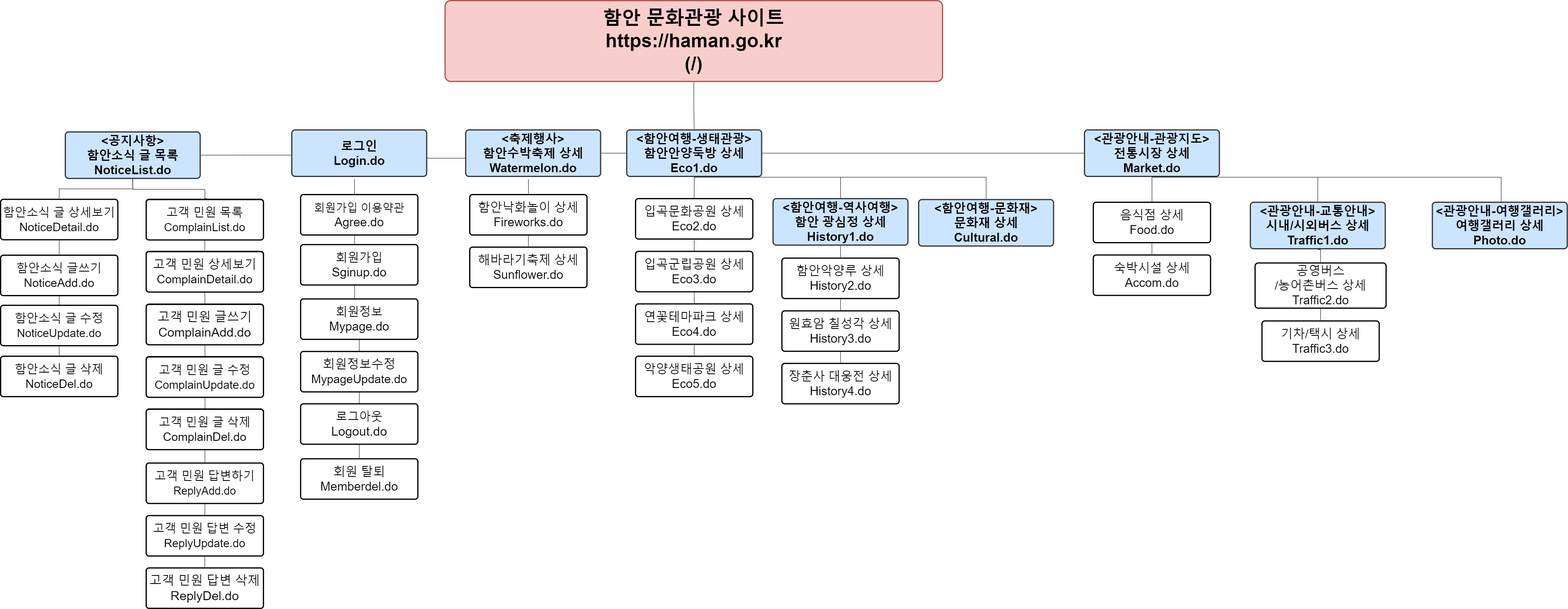
nxx5xxx/pro03 keeps this draw.io diagram as sourcefiles/설계서/메뉴설계서.drawio.png. Above is the earlier version. Source tidied: cells renumbered, new cells last; positions are measured from the earlier drawing's top-left corner, leaving out a move shared by most shapes.
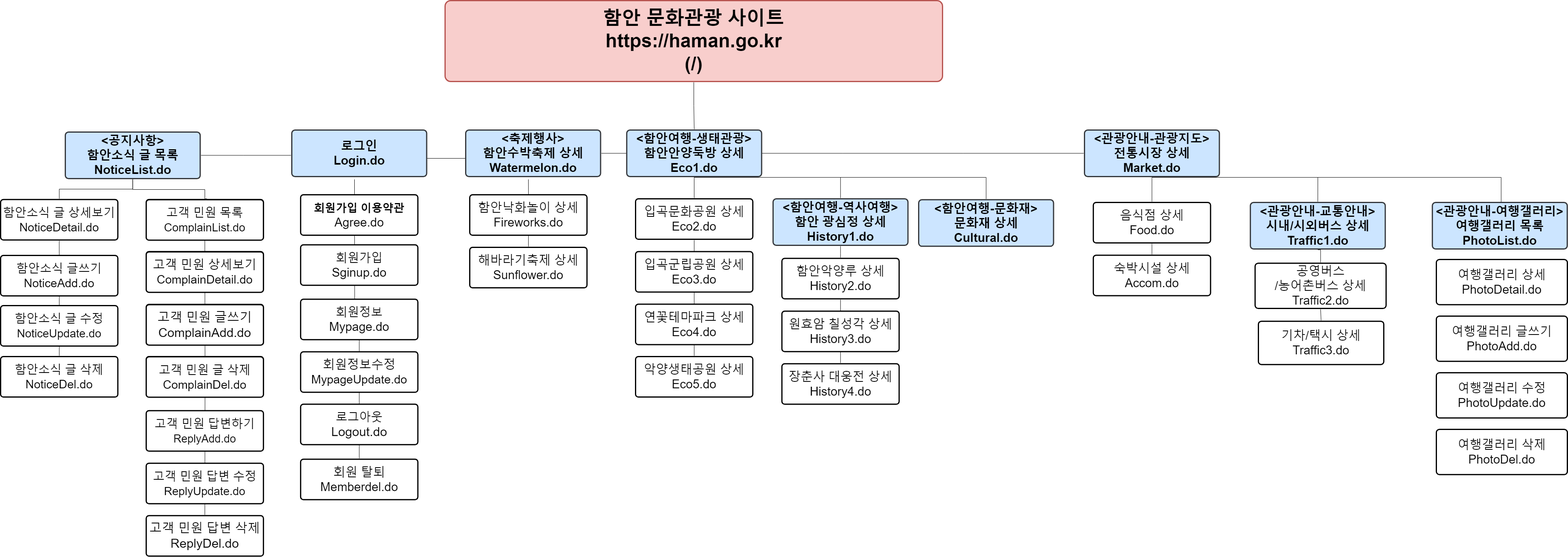
The same file after the commit.

Diff of the diagram source:
```diff
@@ -55,14 +55,11 @@
     <mxCell id="14" value="&lt;font style=&quot;&quot;&gt;&lt;span style=&quot;font-size: 27px;&quot;&gt;고객 민원 상세보기&lt;/span&gt;&lt;br&gt;&lt;font style=&quot;font-size: 25px;&quot;&gt;compainDetail.do&lt;/font&gt;&lt;br&gt;&lt;/font&gt;" style="rounded=1;whiteSpace=wrap;html=1;shadow=0;labelBackgroundColor=none;strokeWidth=3;fontFamily=Helvetica;fontSize=30;align=center;spacing=5;fontStyle=0;arcSize=7;perimeterSpacing=2;" parent="1" vertex="1">
       <mxGeometry x="360" y="620.6" width="289.9" height="100" as="geometry" />
     </mxCell>
-    <mxCell id="15" value="&lt;font style=&quot;&quot;&gt;&lt;span style=&quot;font-size: 29px;&quot;&gt;고객 민원 글 수정&lt;/span&gt;&lt;br&gt;&lt;font style=&quot;font-size: 28px;&quot;&gt;compainUpdate.do&lt;/font&gt;&lt;br&gt;&lt;/font&gt;" style="rounded=1;whiteSpace=wrap;html=1;shadow=0;labelBackgroundColor=none;strokeWidth=3;fontFamily=Helvetica;fontSize=30;align=center;spacing=5;fontStyle=0;arcSize=7;perimeterSpacing=2;" parent="1" vertex="1">
-      <mxGeometry x="360" y="881.1" width="289.9" height="100" as="geometry" />
-    </mxCell>
     <mxCell id="16" value="&lt;font style=&quot;&quot;&gt;&lt;span style=&quot;font-size: 29px;&quot;&gt;고객 민원 목록&lt;/span&gt;&lt;br&gt;&lt;font style=&quot;font-size: 28px;&quot;&gt;compainList.do&lt;/font&gt;&lt;br&gt;&lt;/font&gt;" style="rounded=1;whiteSpace=wrap;html=1;shadow=0;labelBackgroundColor=none;strokeWidth=3;fontFamily=Helvetica;fontSize=30;align=center;spacing=5;fontStyle=0;arcSize=7;perimeterSpacing=2;" parent="1" vertex="1">
       <mxGeometry x="360" y="491.8" width="289.9" height="100" as="geometry" />
     </mxCell>
     <mxCell id="17" value="&lt;font style=&quot;&quot;&gt;&lt;span style=&quot;font-size: 29px;&quot;&gt;고객 민원 글 삭제&lt;/span&gt;&lt;br&gt;&lt;font style=&quot;font-size: 29px;&quot;&gt;compainDel.do&lt;/font&gt;&lt;br&gt;&lt;/font&gt;" style="rounded=1;whiteSpace=wrap;html=1;shadow=0;labelBackgroundColor=none;strokeWidth=3;fontFamily=Helvetica;fontSize=30;align=center;spacing=5;fontStyle=0;arcSize=7;perimeterSpacing=2;" parent="1" vertex="1">
-      <mxGeometry x="360" y="1010.6" width="289.9" height="100" as="geometry" />
+      <mxGeometry x="360" y="880" width="289.9" height="100" as="geometry" />
     </mxCell>
     <mxCell id="18" value="&lt;font style=&quot;&quot;&gt;&lt;span style=&quot;font-size: 29px;&quot;&gt;고객 민원 글쓰기&lt;/span&gt;&lt;br&gt;&lt;font style=&quot;font-size: 27px;&quot;&gt;compainAdd.do&lt;/font&gt;&lt;br&gt;&lt;/font&gt;" style="rounded=1;whiteSpace=wrap;html=1;shadow=0;labelBackgroundColor=none;strokeWidth=3;fontFamily=Helvetica;fontSize=30;align=center;spacing=5;fontStyle=0;arcSize=7;perimeterSpacing=2;" parent="1" vertex="1">
       <mxGeometry x="360" y="751.1" width="289.9" height="100" as="geometry" />
@@ -94,20 +91,20 @@
       <mxGeometry x="741.8" y="1133.8" width="289.9" height="100" as="geometry" />
     </mxCell>
     <mxCell id="26" value="&lt;font style=&quot;&quot;&gt;&lt;span style=&quot;font-size: 29px;&quot;&gt;고객 민원 답변 수정&lt;/span&gt;&lt;br&gt;&lt;font style=&quot;font-size: 28px;&quot;&gt;ReplyUpdate.do&lt;/font&gt;&lt;br&gt;&lt;/font&gt;" style="rounded=1;whiteSpace=wrap;html=1;shadow=0;labelBackgroundColor=none;strokeWidth=3;fontFamily=Helvetica;fontSize=30;align=center;spacing=5;fontStyle=0;arcSize=7;perimeterSpacing=2;" parent="1" vertex="1">
-      <mxGeometry x="360" y="1274.4" width="289.9" height="100" as="geometry" />
+      <mxGeometry x="360" y="1143.8" width="289.9" height="100" as="geometry" />
     </mxCell>
     <mxCell id="27" value="&lt;font style=&quot;font-size: 31px;&quot;&gt;&lt;span style=&quot;&quot;&gt;고객 민원 답변 삭제&lt;/span&gt;&lt;br&gt;&lt;font style=&quot;font-size: 31px;&quot;&gt;ReplyDel.do&lt;/font&gt;&lt;br&gt;&lt;/font&gt;" style="rounded=1;whiteSpace=wrap;html=1;shadow=0;labelBackgroundColor=none;strokeWidth=3;fontFamily=Helvetica;fontSize=30;align=center;spacing=5;fontStyle=0;arcSize=7;perimeterSpacing=2;" parent="1" vertex="1">
-      <mxGeometry x="360" y="1403.9" width="289.9" height="100" as="geometry" />
+      <mxGeometry x="360" y="1273.2" width="289.9" height="100" as="geometry" />
     </mxCell>
     <mxCell id="28" value="&lt;font style=&quot;&quot;&gt;&lt;span style=&quot;font-size: 29px;&quot;&gt;고객 민원 답변하기&lt;/span&gt;&lt;br&gt;&lt;font style=&quot;font-size: 27px;&quot;&gt;ReplyAdd.do&lt;/font&gt;&lt;br&gt;&lt;/font&gt;" style="rounded=1;whiteSpace=wrap;html=1;shadow=0;labelBackgroundColor=none;strokeWidth=3;fontFamily=Helvetica;fontSize=30;align=center;spacing=5;fontStyle=0;arcSize=7;perimeterSpacing=2;" parent="1" vertex="1">
-      <mxGeometry x="360" y="1144.4" width="289.9" height="100" as="geometry" />
+      <mxGeometry x="360" y="1013.7" width="289.9" height="100" as="geometry" />
     </mxCell>
     <mxCell id="29" style="edgeStyle=orthogonalEdgeStyle;rounded=0;jettySize=auto;html=1;exitX=0.5;exitY=1;exitDx=0;exitDy=0;endArrow=none;endFill=0;" parent="1" edge="1" target="32">
       <mxGeometry relative="1" as="geometry">
         <mxPoint x="1305" y="442" as="sourcePoint" />
       </mxGeometry>
     </mxCell>
-    <mxCell id="30" value="&lt;font style=&quot;&quot;&gt;&lt;span style=&quot;font-size: 27px;&quot;&gt;회원가입 이용약관&lt;/span&gt;&lt;br&gt;Agree.do&lt;br&gt;&lt;/font&gt;" style="rounded=1;whiteSpace=wrap;html=1;shadow=0;labelBackgroundColor=none;strokeWidth=3;fontFamily=Helvetica;fontSize=30;align=center;spacing=5;fontStyle=0;arcSize=7;perimeterSpacing=2;flipV=1;flipH=0;" parent="1" vertex="1">
+    <mxCell id="30" value="&lt;font style=&quot;&quot;&gt;&lt;b&gt;&lt;span style=&quot;font-size: 27px;&quot;&gt;회원가입 이용약관&lt;/span&gt;&lt;br&gt;&lt;/b&gt;Agree.do&lt;br&gt;&lt;/font&gt;" style="rounded=1;whiteSpace=wrap;html=1;shadow=0;labelBackgroundColor=none;strokeWidth=3;fontFamily=Helvetica;fontSize=30;align=center;spacing=5;fontStyle=0;arcSize=7;perimeterSpacing=2;flipV=1;flipH=0;" parent="1" vertex="1">
       <mxGeometry x="741.8" y="480" width="289.9" height="100" as="geometry" />
     </mxCell>
     <mxCell id="31" value="함안낙화놀이 상세&lt;br&gt;Fireworks.do" style="rounded=1;whiteSpace=wrap;html=1;shadow=0;labelBackgroundColor=none;strokeWidth=3;fontFamily=Helvetica;fontSize=30;align=center;spacing=5;fontStyle=0;arcSize=7;perimeterSpacing=2;flipV=1;flipH=0;" parent="1" vertex="1">
@@ -159,7 +156,7 @@
       <mxGeometry x="3101.8" y="649.2" width="323.9" height="111.8" as="geometry" />
     </mxCell>
     <mxCell id="47" value="기차/택시 상세&lt;br&gt;Traffic3.do" style="rounded=1;whiteSpace=wrap;html=1;shadow=0;labelBackgroundColor=none;strokeWidth=3;fontFamily=Helvetica;fontSize=30;align=center;spacing=5;fontStyle=0;arcSize=7;perimeterSpacing=2;flipV=1;flipH=0;" parent="1" vertex="1">
-      <mxGeometry x="3118.8" y="792.7" width="289.9" height="100" as="geometry" />
+      <mxGeometry x="3110" y="792.7" width="310" height="106.9" as="geometry" />
     </mxCell>
     <mxCell id="48" value="로그인&lt;br style=&quot;border-color: var(--border-color);&quot;&gt;Login.do" style="rounded=1;whiteSpace=wrap;html=1;shadow=0;labelBackgroundColor=none;strokeWidth=3;fontFamily=Helvetica;fontSize=30;align=center;spacing=5;fontStyle=1;arcSize=7;perimeterSpacing=2;fillColor=#cce5ff;strokeColor=#36393d;" parent="1" vertex="1">
       <mxGeometry x="720" y="320" width="333.5" height="115" as="geometry" />
@@ -191,11 +188,8 @@
     <mxCell id="57" value="&lt;font style=&quot;font-size: 31px;&quot;&gt;&lt;span style=&quot;&quot;&gt;고객 민원 글쓰기&lt;/span&gt;&lt;br&gt;&lt;font style=&quot;font-size: 31px;&quot;&gt;ComplainAdd.do&lt;/font&gt;&lt;br&gt;&lt;/font&gt;" style="rounded=1;whiteSpace=wrap;html=1;shadow=0;labelBackgroundColor=none;strokeWidth=3;fontFamily=Helvetica;fontSize=30;align=center;spacing=5;fontStyle=0;arcSize=7;perimeterSpacing=2;" parent="1" vertex="1">
       <mxGeometry x="360" y="751.7" width="289.9" height="100" as="geometry" />
     </mxCell>
-    <mxCell id="58" value="&lt;font style=&quot;&quot;&gt;&lt;span style=&quot;font-size: 29px;&quot;&gt;고객 민원 글 수정&lt;/span&gt;&lt;br&gt;&lt;font style=&quot;font-size: 28px;&quot;&gt;ComplainUpdate.do&lt;/font&gt;&lt;br&gt;&lt;/font&gt;" style="rounded=1;whiteSpace=wrap;html=1;shadow=0;labelBackgroundColor=none;strokeWidth=3;fontFamily=Helvetica;fontSize=30;align=center;spacing=5;fontStyle=0;arcSize=7;perimeterSpacing=2;" parent="1" vertex="1">
-      <mxGeometry x="360" y="881.7" width="289.9" height="100" as="geometry" />
-    </mxCell>
     <mxCell id="59" value="&lt;font style=&quot;&quot;&gt;&lt;span style=&quot;font-size: 29px;&quot;&gt;고객 민원 글 삭제&lt;/span&gt;&lt;br&gt;&lt;font style=&quot;font-size: 29px;&quot;&gt;ComplainDel.do&lt;/font&gt;&lt;br&gt;&lt;/font&gt;" style="rounded=1;whiteSpace=wrap;html=1;shadow=0;labelBackgroundColor=none;strokeWidth=3;fontFamily=Helvetica;fontSize=30;align=center;spacing=5;fontStyle=0;arcSize=7;perimeterSpacing=2;" parent="1" vertex="1">
-      <mxGeometry x="360" y="1011.2" width="289.9" height="100" as="geometry" />
+      <mxGeometry x="360" y="880.6" width="289.9" height="100" as="geometry" />
     </mxCell>
     <mxCell id="60" style="edgeStyle=orthogonalEdgeStyle;rounded=0;jettySize=auto;html=1;exitX=0.5;exitY=1;exitDx=0;exitDy=0;endArrow=none;endFill=0;" parent="1" edge="1" source="61" target="39">
       <mxGeometry relative="1" as="geometry" />
@@ -218,7 +212,7 @@
     <mxCell id="66" value="&amp;lt;관광안내-관광지도&amp;gt;&lt;br style=&quot;border-color: var(--border-color);&quot;&gt;전통시장 상세&lt;br style=&quot;border-color: var(--border-color);&quot;&gt;Market.do" style="rounded=1;whiteSpace=wrap;html=1;shadow=0;labelBackgroundColor=none;strokeWidth=3;fontFamily=Helvetica;fontSize=30;align=center;spacing=5;fontStyle=1;arcSize=7;perimeterSpacing=2;fillColor=#cce5ff;strokeColor=#36393d;" parent="1" vertex="1">
       <mxGeometry x="2680" y="320" width="333.5" height="115" as="geometry" />
     </mxCell>
-    <mxCell id="67" value="&amp;lt;관광안내-여행갤러리&amp;gt;&lt;br style=&quot;border-color: var(--border-color);&quot;&gt;여행갤러리 상세&lt;br style=&quot;border-color: var(--border-color);&quot;&gt;Photo.do" style="rounded=1;whiteSpace=wrap;html=1;shadow=0;labelBackgroundColor=none;strokeWidth=3;fontFamily=Helvetica;fontSize=30;align=center;spacing=5;fontStyle=1;arcSize=7;perimeterSpacing=2;fillColor=#cce5ff;strokeColor=#36393d;" parent="1" vertex="1">
+    <mxCell id="67" value="&amp;lt;관광안내-여행갤러리&amp;gt;&lt;br style=&quot;border-color: var(--border-color);&quot;&gt;여행갤러리 목록&lt;br style=&quot;border-color: var(--border-color);&quot;&gt;PhotoList.do" style="rounded=1;whiteSpace=wrap;html=1;shadow=0;labelBackgroundColor=none;strokeWidth=3;fontFamily=Helvetica;fontSize=30;align=center;spacing=5;fontStyle=1;arcSize=7;perimeterSpacing=2;fillColor=#cce5ff;strokeColor=#36393d;" parent="1" vertex="1">
       <mxGeometry x="3540.1" y="499" width="333.5" height="115" as="geometry" />
     </mxCell>
     <mxCell id="68" style="edgeStyle=orthogonalEdgeStyle;rounded=0;jettySize=auto;html=1;exitX=0.5;exitY=1;exitDx=0;exitDy=0;entryX=0.5;entryY=0;entryDx=0;entryDy=0;endArrow=none;endFill=0;" parent="1" edge="1" source="69" target="46">
@@ -227,5 +221,17 @@
     <mxCell id="69" value="&amp;lt;관광안내-교통안내&amp;gt;&lt;br style=&quot;border-color: var(--border-color);&quot;&gt;시내/시외버스 상세&lt;br style=&quot;border-color: var(--border-color);&quot;&gt;Traffic1.do" style="rounded=1;whiteSpace=wrap;html=1;shadow=0;labelBackgroundColor=none;strokeWidth=3;fontFamily=Helvetica;fontSize=30;align=center;spacing=5;fontStyle=1;arcSize=7;perimeterSpacing=2;fillColor=#cce5ff;strokeColor=#36393d;" parent="1" vertex="1">
       <mxGeometry x="3090.1" y="499" width="333.5" height="115" as="geometry" />
     </mxCell>
+    <mxCell id="70" value="&lt;font style=&quot;font-size: 30px;&quot;&gt;여행갤러리 상세&lt;br style=&quot;&quot;&gt;PhotoDetail.do&lt;/font&gt;" style="rounded=1;whiteSpace=wrap;html=1;shadow=0;labelBackgroundColor=none;strokeWidth=3;fontFamily=Helvetica;fontSize=28;align=center;spacing=5;fontStyle=0;arcSize=7;perimeterSpacing=2;flipV=1;flipH=0;" parent="1" vertex="1">
+      <mxGeometry x="3550" y="640" width="323.9" height="111.8" as="geometry" />
+    </mxCell>
+    <mxCell id="71" value="&lt;font style=&quot;font-size: 30px;&quot;&gt;여행갤러리 글쓰기&lt;br style=&quot;&quot;&gt;PhotoAdd.do&lt;/font&gt;" style="rounded=1;whiteSpace=wrap;html=1;shadow=0;labelBackgroundColor=none;strokeWidth=3;fontFamily=Helvetica;fontSize=28;align=center;spacing=5;fontStyle=0;arcSize=7;perimeterSpacing=2;flipV=1;flipH=0;" parent="1" vertex="1">
+      <mxGeometry x="3550" y="780" width="323.9" height="111.8" as="geometry" />
+    </mxCell>
+    <mxCell id="72" value="&lt;font style=&quot;font-size: 30px;&quot;&gt;여행갤러리 수정&lt;br style=&quot;&quot;&gt;PhotoUpdate.do&lt;/font&gt;" style="rounded=1;whiteSpace=wrap;html=1;shadow=0;labelBackgroundColor=none;strokeWidth=3;fontFamily=Helvetica;fontSize=28;align=center;spacing=5;fontStyle=0;arcSize=7;perimeterSpacing=2;flipV=1;flipH=0;" parent="1" vertex="1">
+      <mxGeometry x="3550" y="920" width="323.9" height="111.8" as="geometry" />
+    </mxCell>
+    <mxCell id="73" value="&lt;font style=&quot;font-size: 30px;&quot;&gt;여행갤러리 삭제&lt;br style=&quot;&quot;&gt;PhotoDel.do&lt;/font&gt;" style="rounded=1;whiteSpace=wrap;html=1;shadow=0;labelBackgroundColor=none;strokeWidth=3;fontFamily=Helvetica;fontSize=28;align=center;spacing=5;fontStyle=0;arcSize=7;perimeterSpacing=2;flipV=1;flipH=0;" parent="1" vertex="1">
+      <mxGeometry x="3550" y="1060" width="323.9" height="111.8" as="geometry" />
+    </mxCell>
   </root>
 </mxGraphModel>
```
